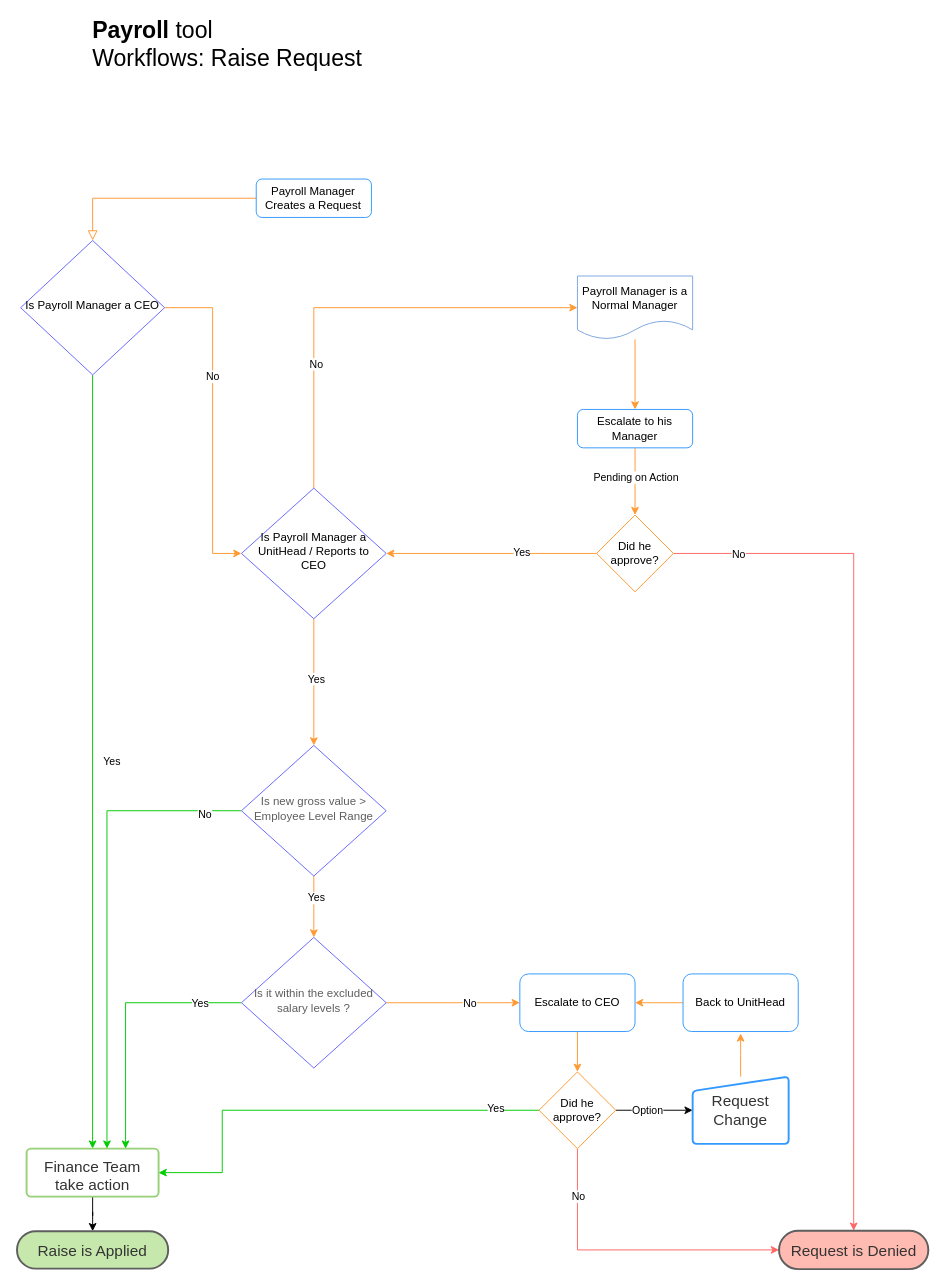
This is SalaryRaise/Untitled Diagram.drawio from paula-at-flairs/Payroll-Workflows, a draw.io file, before an edit. Source tidied: cells renumbered, new cells numbered last; positions are measured from the earlier drawing's top-left corner, leaving out a move shared by most shapes. Both pictures are drawn from the tidied source at 96%, with x=0, y=0 at pixel (16, 25).
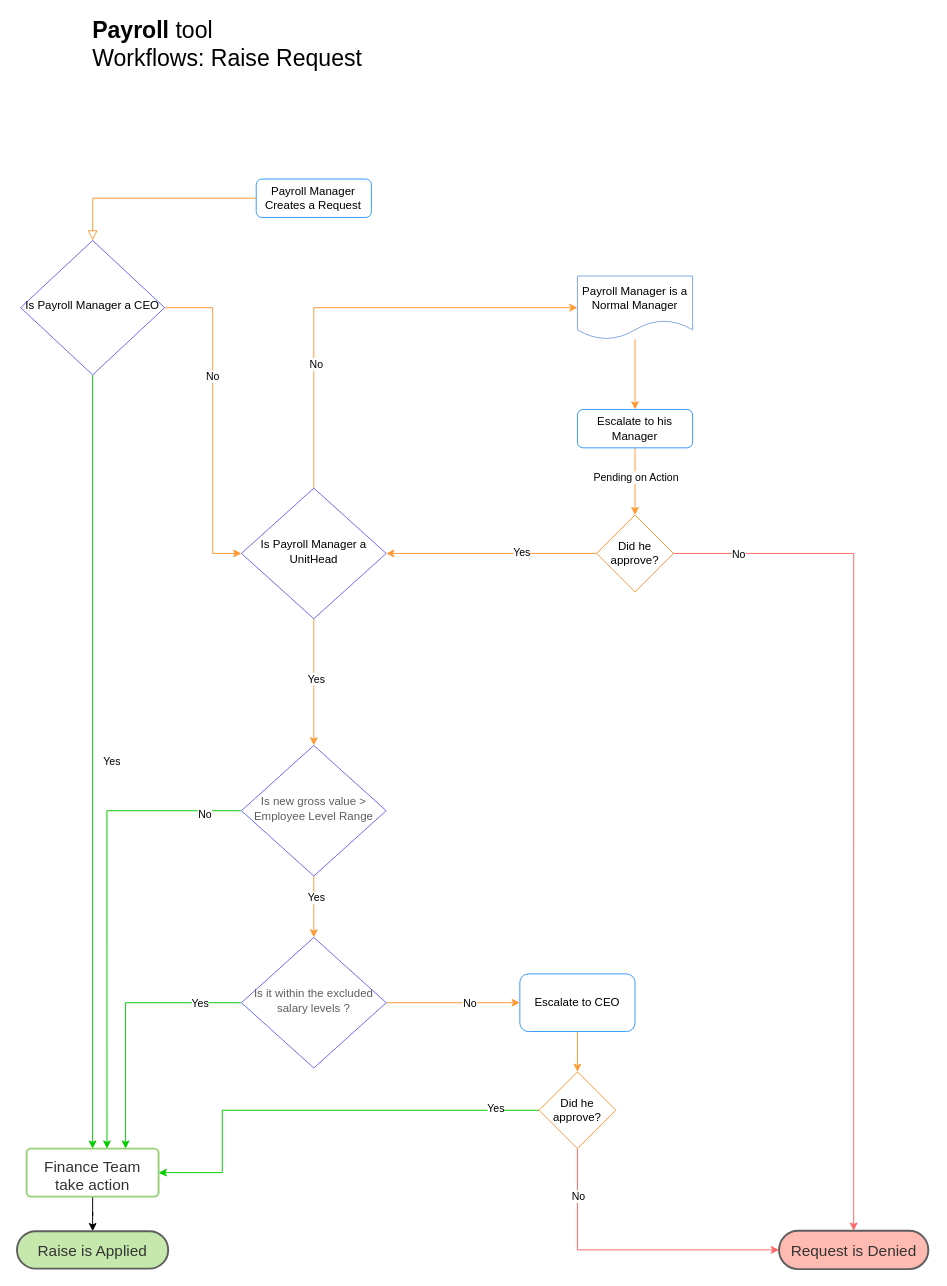
The same page after the edit.

Unchanged cells that the change refers to:
```xml
<mxCell id="38" value="Escalate to CEO" style="rounded=1;whiteSpace=wrap;html=1;strokeColor=#3399FF;" parent="1" vertex="1">
  <mxGeometry x="524" y="988" width="120" height="60" as="geometry" />
</mxCell>
<mxCell id="45" value="Did he approve?" style="rhombus;whiteSpace=wrap;html=1;strokeColor=#FF9933;" parent="1" vertex="1">
  <mxGeometry x="544" y="1090" width="80" height="80" as="geometry" />
</mxCell>
```

Diff of the diagram source:
```diff
@@
-    <mxCell id="15" value="Is Payroll Manager a UnitHead / Reports to CEO" style="rhombus;whiteSpace=wrap;html=1;shadow=0;fontFamily=Helvetica;fontSize=12;align=center;strokeWidth=1;spacing=6;spacingTop=-4;strokeColor=#6666FF;" parent="1" vertex="1">
+    <mxCell id="15" value="Is Payroll Manager a UnitHead" style="rhombus;whiteSpace=wrap;html=1;shadow=0;fontFamily=Helvetica;fontSize=12;align=center;strokeWidth=1;spacing=6;spacingTop=-4;strokeColor=#6666FF;" parent="1" vertex="1">
       <mxGeometry x="234" y="482" width="150.8" height="136" as="geometry" />
     </mxCell>
@@
-    <mxCell id="43" style="edgeStyle=orthogonalEdgeStyle;rounded=0;jettySize=auto;html=1;" parent="1" edge="1" source="45" target="47">
-      <mxGeometry relative="1" as="geometry" />
-    </mxCell>
-    <mxCell id="44" value="Option" style="edgeLabel;html=1;align=center;verticalAlign=middle;strokeColor=#FFD966;" parent="43" vertex="1">
-      <mxGeometry x="-0.2" y="1" relative="1" as="geometry" />
-    </mxCell>
@@
-    <mxCell id="46" style="edgeStyle=orthogonalEdgeStyle;rounded=0;jettySize=auto;html=1;strokeColor=#FF9933;" parent="1" edge="1" source="47">
-      <mxGeometry relative="1" as="geometry">
-        <mxPoint x="754" y="1050" as="targetPoint" />
-      </mxGeometry>
-    </mxCell>
-    <mxCell id="47" value="Request Change" style="html=1;overflow=block;blockSpacing=1;whiteSpace=wrap;shape=manualInput;size=15;whiteSpace=wrap;fontSize=16;fontColor=#333333;spacing=4;strokeColor=#3399FF;strokeOpacity=100;rounded=1;absoluteArcSize=1;arcSize=9;strokeWidth=2;" parent="1" vertex="1">
-      <mxGeometry x="704" y="1095" width="100" height="70" as="geometry" />
-    </mxCell>
-    <mxCell id="48" style="edgeStyle=orthogonalEdgeStyle;rounded=0;jettySize=auto;html=1;entryX=1;entryY=0.5;entryDx=0;entryDy=0;strokeColor=#FF9933;" parent="1" edge="1" source="49" target="38">
-      <mxGeometry relative="1" as="geometry" />
-    </mxCell>
-    <mxCell id="49" value="Back to UnitHead" style="rounded=1;whiteSpace=wrap;html=1;strokeColor=#3399FF;" parent="1" vertex="1">
-      <mxGeometry x="694" y="988" width="120" height="60" as="geometry" />
-    </mxCell>
```
